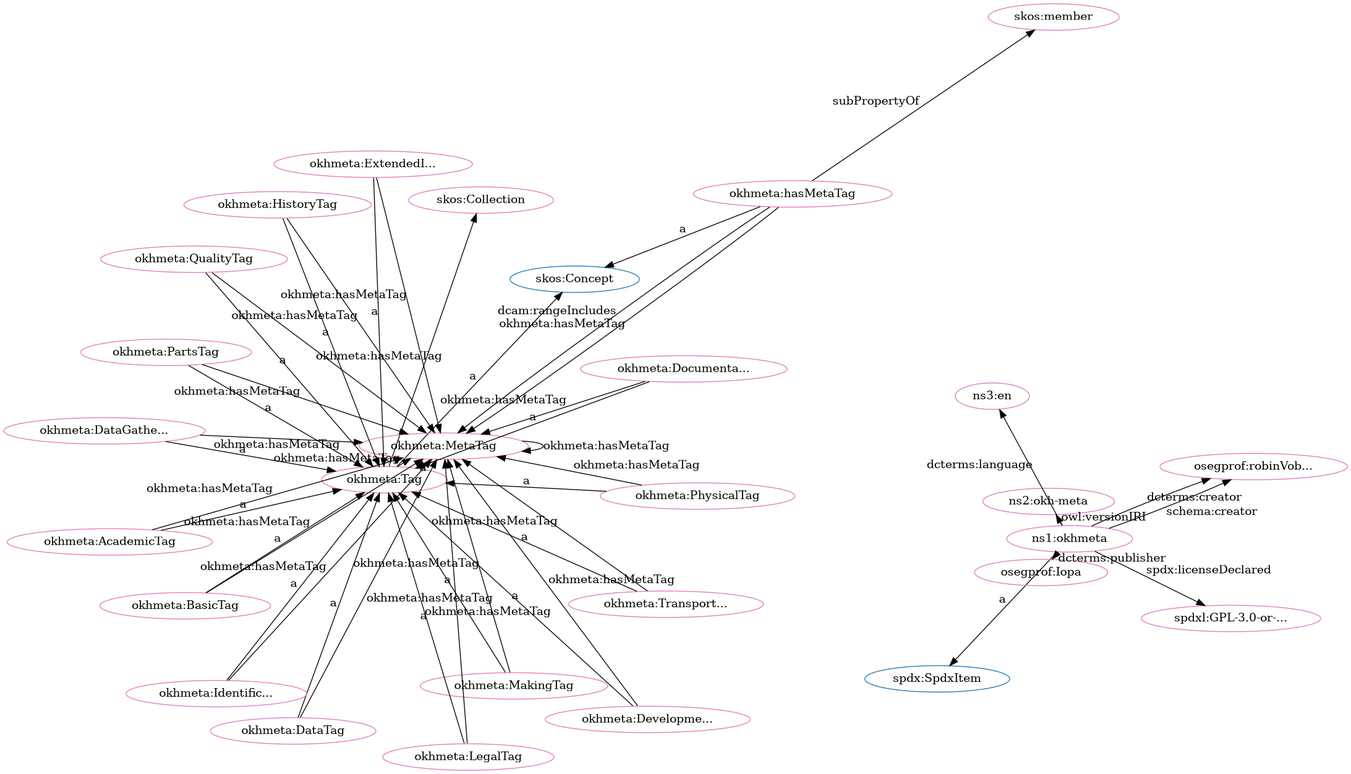
Earlier version of the Graphviz export src/spec/dot_okh-meta-clean.png (iop-alliance/OpenKnowHow). Its source is kept beside it as src/spec/dot_okh-meta-clean.dot.
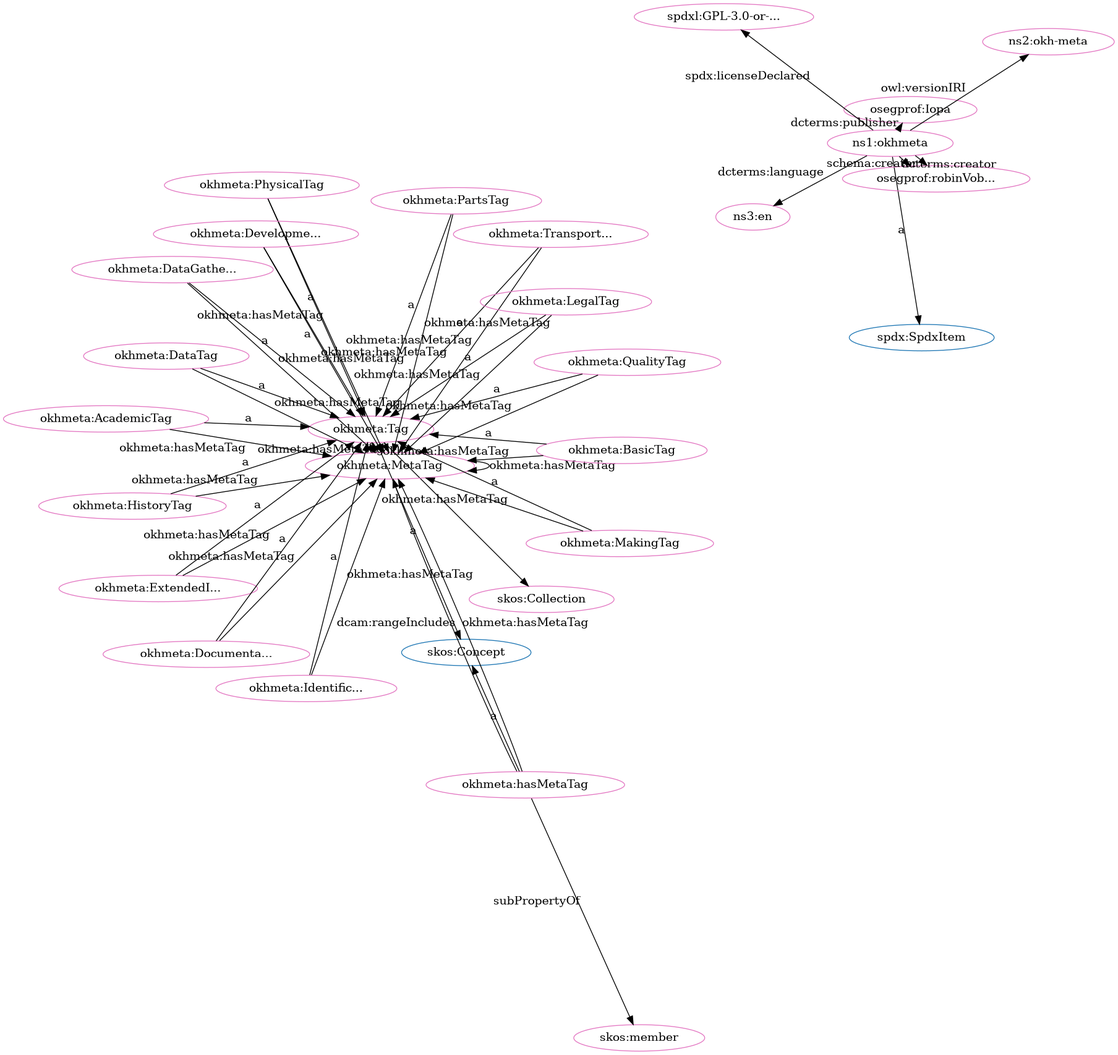
After the change.

Change to the diagram source:
```diff
@@ -2,79 +2,79 @@
   rankdir=BT
   node[height=.3]
 "http://www.w3.org/2004/02/skos/core#Collection" [fillcolor="#1f77b4" color="#1f77b4" label="skos:Collection"]
-"http://spdx.org/rdf/terms#SpdxItem" [fillcolor="#1f77b4" color="#1f77b4" label="spdx:SpdxItem"]
 "http://www.w3.org/2004/02/skos/core#Concept" [fillcolor="#1f77b4" color="#1f77b4" label="skos:Concept"]
 "http://w3id.org/oseg/ont/okhmeta#Tag" [fillcolor="#1f77b4" color="#1f77b4" label="okhmeta:Tag"]
+"http://spdx.org/rdf/terms#SpdxItem" [fillcolor="#1f77b4" color="#1f77b4" label="spdx:SpdxItem"]
+"http://w3id.org/oseg/ont/okhmeta#MetaTag" [fillcolor="#e377c2" color="#e377c2" label="okhmeta:MetaTag"]
+"http://w3id.org/oseg/ont/okhmeta#TransportationTag" [fillcolor="#e377c2" color="#e377c2" label="okhmeta:Transport..."]
+"http://w3id.org/oseg/ont/okhmeta#PhysicalTag" [fillcolor="#e377c2" color="#e377c2" label="okhmeta:PhysicalTag"]
+"http://w3id.org/oseg/ont/okhmeta#IdentificationTag" [fillcolor="#e377c2" color="#e377c2" label="okhmeta:Identific..."]
+"http://w3id.org/oseg/ont/okhmeta#ExtendedInfoTag" [fillcolor="#e377c2" color="#e377c2" label="okhmeta:ExtendedI..."]
 "http://w3id.org/oseg/ont/okhmeta" [fillcolor="#e377c2" color="#e377c2" label="ns1:okhmeta"]
+"http://w3id.org/oseg/ont/oseg-profiles#robinVobruba" [fillcolor="#e377c2" color="#e377c2" label="osegprof:robinVob..."]
+"http://www.w3.org/2004/02/skos/core#member" [fillcolor="#e377c2" color="#e377c2" label="skos:member"]
+"http://w3id.org/oseg/ont/okhmeta#hasMetaTag" [fillcolor="#e377c2" color="#e377c2" label="okhmeta:hasMetaTag"]
+"http://w3id.org/oseg/ont/oseg-profiles#Iopa" [fillcolor="#e377c2" color="#e377c2" label="osegprof:Iopa"]
+"http://w3id.org/oseg/ont/okhmeta#DocumentationTag" [fillcolor="#e377c2" color="#e377c2" label="okhmeta:Documenta..."]
+"http://w3id.org/oseg/ont/okhmeta#HistoryTag" [fillcolor="#e377c2" color="#e377c2" label="okhmeta:HistoryTag"]
+"http://w3id.org/oseg/ont/1.1.0/okh-meta" [fillcolor="#e377c2" color="#e377c2" label="ns2:okh-meta"]
+"http://w3id.org/oseg/ont/okhmeta#PartsTag" [fillcolor="#e377c2" color="#e377c2" label="okhmeta:PartsTag"]
+"http://w3id.org/oseg/ont/okhmeta#Tag" [fillcolor="#e377c2" color="#e377c2" label="okhmeta:Tag"]
+"http://w3id.org/oseg/ont/okhmeta#AcademicTag" [fillcolor="#e377c2" color="#e377c2" label="okhmeta:AcademicTag"]
+"http://w3id.org/oseg/ont/okhmeta#DataGatheringTag" [fillcolor="#e377c2" color="#e377c2" label="okhmeta:DataGathe..."]
+"http://w3id.org/oseg/ont/okhmeta#LegalTag" [fillcolor="#e377c2" color="#e377c2" label="okhmeta:LegalTag"]
+"http://w3id.org/oseg/ont/okhmeta#MakingTag" [fillcolor="#e377c2" color="#e377c2" label="okhmeta:MakingTag"]
 "http://w3id.org/oseg/ont/okhmeta#QualityTag" [fillcolor="#e377c2" color="#e377c2" label="okhmeta:QualityTag"]
 "http://spdx.org/licenses/GPL-3.0-or-later" [fillcolor="#e377c2" color="#e377c2" label="spdxl:GPL-3.0-or-..."]
-"http://w3id.org/oseg/ont/1.1.0/okh-meta" [fillcolor="#e377c2" color="#e377c2" label="ns2:okh-meta"]
-"http://w3id.org/oseg/ont/okhmeta#MetaTag" [fillcolor="#e377c2" color="#e377c2" label="okhmeta:MetaTag"]
-"http://w3id.org/oseg/ont/okhmeta#Tag" [fillcolor="#e377c2" color="#e377c2" label="okhmeta:Tag"]
 "http://w3id.org/oseg/ont/okhmeta#DataTag" [fillcolor="#e377c2" color="#e377c2" label="okhmeta:DataTag"]
-"http://w3id.org/oseg/ont/okhmeta#IdentificationTag" [fillcolor="#e377c2" color="#e377c2" label="okhmeta:Identific..."]
-"http://w3id.org/oseg/ont/okhmeta#MakingTag" [fillcolor="#e377c2" color="#e377c2" label="okhmeta:MakingTag"]
-"http://w3id.org/oseg/ont/okhmeta#LegalTag" [fillcolor="#e377c2" color="#e377c2" label="okhmeta:LegalTag"]
-"http://www.w3.org/2004/02/skos/core#member" [fillcolor="#e377c2" color="#e377c2" label="skos:member"]
-"http://w3id.org/oseg/ont/okhmeta#TransportationTag" [fillcolor="#e377c2" color="#e377c2" label="okhmeta:Transport..."]
-"http://w3id.org/oseg/ont/okhmeta#ExtendedInfoTag" [fillcolor="#e377c2" color="#e377c2" label="okhmeta:ExtendedI..."]
-"http://w3id.org/oseg/ont/oseg-profiles#robinVobruba" [fillcolor="#e377c2" color="#e377c2" label="osegprof:robinVob..."]
 "http://w3id.org/oseg/ont/okhmeta#DevelopmentTag" [fillcolor="#e377c2" color="#e377c2" label="okhmeta:Developme..."]
-"http://w3id.org/oseg/ont/okhmeta#DocumentationTag" [fillcolor="#e377c2" color="#e377c2" label="okhmeta:Documenta..."]
-"http://w3id.org/oseg/ont/okhmeta#hasMetaTag" [fillcolor="#e377c2" color="#e377c2" label="okhmeta:hasMetaTag"]
-"http://w3id.org/oseg/ont/okhmeta#PhysicalTag" [fillcolor="#e377c2" color="#e377c2" label="okhmeta:PhysicalTag"]
+"http://id.loc.gov/vocabulary/iso639-1/en" [fillcolor="#e377c2" color="#e377c2" label="ns3:en"]
 "http://w3id.org/oseg/ont/okhmeta#BasicTag" [fillcolor="#e377c2" color="#e377c2" label="okhmeta:BasicTag"]
-"http://w3id.org/oseg/ont/okhmeta#HistoryTag" [fillcolor="#e377c2" color="#e377c2" label="okhmeta:HistoryTag"]
-"http://w3id.org/oseg/ont/okhmeta#DataGatheringTag" [fillcolor="#e377c2" color="#e377c2" label="okhmeta:DataGathe..."]
-"http://w3id.org/oseg/ont/okhmeta#PartsTag" [fillcolor="#e377c2" color="#e377c2" label="okhmeta:PartsTag"]
-"http://id.loc.gov/vocabulary/iso639-1/en" [fillcolor="#e377c2" color="#e377c2" label="ns3:en"]
 "http://www.w3.org/2004/02/skos/core#Collection" [fillcolor="#e377c2" color="#e377c2" label="skos:Collection"]
-"http://w3id.org/oseg/ont/okhmeta#AcademicTag" [fillcolor="#e377c2" color="#e377c2" label="okhmeta:AcademicTag"]
-"http://w3id.org/oseg/ont/oseg-profiles#Iopa" [fillcolor="#e377c2" color="#e377c2" label="osegprof:Iopa"]
+  "http://w3id.org/oseg/ont/okhmeta#hasMetaTag" -> "http://w3id.org/oseg/ont/okhmeta#MetaTag" [label="dcam:rangeIncludes"]
+  "http://w3id.org/oseg/ont/okhmeta#TransportationTag" -> "http://w3id.org/oseg/ont/okhmeta#MetaTag" [label="okhmeta:hasMetaTag"]
+  "http://w3id.org/oseg/ont/okhmeta#IdentificationTag" -> "http://w3id.org/oseg/ont/okhmeta#Tag" [label="a"]
+  "http://w3id.org/oseg/ont/okhmeta#PhysicalTag" -> "http://w3id.org/oseg/ont/okhmeta#MetaTag" [label="okhmeta:hasMetaTag"]
+  "http://w3id.org/oseg/ont/okhmeta#DocumentationTag" -> "http://w3id.org/oseg/ont/okhmeta#MetaTag" [label="okhmeta:hasMetaTag"]
+  "http://w3id.org/oseg/ont/okhmeta" -> "http://spdx.org/rdf/terms#SpdxItem" [label="a"]
+  "http://w3id.org/oseg/ont/okhmeta#LegalTag" -> "http://w3id.org/oseg/ont/okhmeta#MetaTag" [label="okhmeta:hasMetaTag"]
+  "http://w3id.org/oseg/ont/okhmeta#hasMetaTag" -> "http://www.w3.org/2004/02/skos/core#Concept" [label="a"]
+  "http://w3id.org/oseg/ont/okhmeta#MakingTag" -> "http://w3id.org/oseg/ont/okhmeta#MetaTag" [label="okhmeta:hasMetaTag"]
+  "http://w3id.org/oseg/ont/okhmeta" -> "http://w3id.org/oseg/ont/oseg-profiles#Iopa" [label="dcterms:publisher"]
+  "http://w3id.org/oseg/ont/okhmeta#DocumentationTag" -> "http://w3id.org/oseg/ont/okhmeta#Tag" [label="a"]
+  "http://w3id.org/oseg/ont/okhmeta#MetaTag" -> "http://w3id.org/oseg/ont/okhmeta#MetaTag" [label="okhmeta:hasMetaTag"]
+  "http://w3id.org/oseg/ont/okhmeta#DataTag" -> "http://w3id.org/oseg/ont/okhmeta#MetaTag" [label="okhmeta:hasMetaTag"]
+  "http://w3id.org/oseg/ont/okhmeta#BasicTag" -> "http://w3id.org/oseg/ont/okhmeta#MetaTag" [label="okhmeta:hasMetaTag"]
+  "http://w3id.org/oseg/ont/okhmeta#AcademicTag" -> "http://w3id.org/oseg/ont/okhmeta#Tag" [label="a"]
+  "http://w3id.org/oseg/ont/okhmeta#DataGatheringTag" -> "http://w3id.org/oseg/ont/okhmeta#Tag" [label="a"]
+  "http://w3id.org/oseg/ont/okhmeta" -> "http://spdx.org/licenses/GPL-3.0-or-later" [label="spdx:licenseDeclared"]
+  "http://w3id.org/oseg/ont/okhmeta#DataTag" -> "http://w3id.org/oseg/ont/okhmeta#Tag" [label="a"]
+  "http://w3id.org/oseg/ont/okhmeta#DevelopmentTag" -> "http://w3id.org/oseg/ont/okhmeta#Tag" [label="a"]
+  "http://w3id.org/oseg/ont/okhmeta" -> "http://id.loc.gov/vocabulary/iso639-1/en" [label="dcterms:language"]
+  "http://w3id.org/oseg/ont/okhmeta#TransportationTag" -> "http://w3id.org/oseg/ont/okhmeta#Tag" [label="a"]
+  "http://w3id.org/oseg/ont/okhmeta#hasMetaTag" -> "http://w3id.org/oseg/ont/okhmeta#MetaTag" [label="okhmeta:hasMetaTag"]
+  "http://w3id.org/oseg/ont/okhmeta#PhysicalTag" -> "http://w3id.org/oseg/ont/okhmeta#Tag" [label="a"]
+  "http://w3id.org/oseg/ont/okhmeta#ExtendedInfoTag" -> "http://w3id.org/oseg/ont/okhmeta#Tag" [label="a"]
+  "http://w3id.org/oseg/ont/okhmeta#HistoryTag" -> "http://w3id.org/oseg/ont/okhmeta#MetaTag" [label="okhmeta:hasMetaTag"]
+  "http://w3id.org/oseg/ont/okhmeta" -> "http://w3id.org/oseg/ont/oseg-profiles#robinVobruba" [label="schema:creator"]
+  "http://w3id.org/oseg/ont/okhmeta#MetaTag" -> "http://w3id.org/oseg/ont/okhmeta#Tag" [label="a"]
+  "http://w3id.org/oseg/ont/okhmeta#hasMetaTag" -> "http://www.w3.org/2004/02/skos/core#member" [label="subPropertyOf"]
+  "http://w3id.org/oseg/ont/okhmeta#DataGatheringTag" -> "http://w3id.org/oseg/ont/okhmeta#MetaTag" [label="okhmeta:hasMetaTag"]
+  "http://w3id.org/oseg/ont/okhmeta#PartsTag" -> "http://w3id.org/oseg/ont/okhmeta#MetaTag" [label="okhmeta:hasMetaTag"]
+  "http://w3id.org/oseg/ont/okhmeta#HistoryTag" -> "http://w3id.org/oseg/ont/okhmeta#Tag" [label="a"]
+  "http://w3id.org/oseg/ont/okhmeta" -> "http://w3id.org/oseg/ont/1.1.0/okh-meta" [label="owl:versionIRI"]
+  "http://w3id.org/oseg/ont/okhmeta#QualityTag" -> "http://w3id.org/oseg/ont/okhmeta#MetaTag" [label="okhmeta:hasMetaTag"]
+  "http://w3id.org/oseg/ont/okhmeta#DevelopmentTag" -> "http://w3id.org/oseg/ont/okhmeta#MetaTag" [label="okhmeta:hasMetaTag"]
+  "http://w3id.org/oseg/ont/okhmeta#PartsTag" -> "http://w3id.org/oseg/ont/okhmeta#Tag" [label="a"]
+  "http://w3id.org/oseg/ont/okhmeta#Tag" -> "http://www.w3.org/2004/02/skos/core#Concept" [label="a"]
+  "http://w3id.org/oseg/ont/okhmeta" -> "http://w3id.org/oseg/ont/oseg-profiles#robinVobruba" [label="dcterms:creator"]
+  "http://w3id.org/oseg/ont/okhmeta#LegalTag" -> "http://w3id.org/oseg/ont/okhmeta#Tag" [label="a"]
+  "http://w3id.org/oseg/ont/okhmeta#MakingTag" -> "http://w3id.org/oseg/ont/okhmeta#Tag" [label="a"]
   "http://w3id.org/oseg/ont/okhmeta#QualityTag" -> "http://w3id.org/oseg/ont/okhmeta#Tag" [label="a"]
-  "http://w3id.org/oseg/ont/okhmeta#hasMetaTag" -> "http://w3id.org/oseg/ont/okhmeta#MetaTag" [label="okhmeta:hasMetaTag"]
-  "http://w3id.org/oseg/ont/okhmeta#DataTag" -> "http://w3id.org/oseg/ont/okhmeta#Tag" [label="a"]
-  "http://w3id.org/oseg/ont/okhmeta#QualityTag" -> "http://w3id.org/oseg/ont/okhmeta#MetaTag" [label="okhmeta:hasMetaTag"]
-  "http://w3id.org/oseg/ont/okhmeta#ExtendedInfoTag" -> "http://w3id.org/oseg/ont/okhmeta#Tag" [label="a"]
-  "http://w3id.org/oseg/ont/okhmeta" -> "http://w3id.org/oseg/ont/oseg-profiles#robinVobruba" [label="dcterms:creator"]
+  "http://w3id.org/oseg/ont/okhmeta#Tag" -> "http://w3id.org/oseg/ont/okhmeta#MetaTag" [label="okhmeta:hasMetaTag"]
   "http://w3id.org/oseg/ont/okhmeta#ExtendedInfoTag" -> "http://w3id.org/oseg/ont/okhmeta#MetaTag" [label="okhmeta:hasMetaTag"]
-  "http://w3id.org/oseg/ont/okhmeta#DevelopmentTag" -> "http://w3id.org/oseg/ont/okhmeta#Tag" [label="a"]
-  "http://w3id.org/oseg/ont/okhmeta#DocumentationTag" -> "http://w3id.org/oseg/ont/okhmeta#Tag" [label="a"]
-  "http://w3id.org/oseg/ont/okhmeta#PhysicalTag" -> "http://w3id.org/oseg/ont/okhmeta#Tag" [label="a"]
-  "http://w3id.org/oseg/ont/okhmeta#MetaTag" -> "http://w3id.org/oseg/ont/okhmeta#Tag" [label="a"]
-  "http://w3id.org/oseg/ont/okhmeta#DevelopmentTag" -> "http://w3id.org/oseg/ont/okhmeta#MetaTag" [label="okhmeta:hasMetaTag"]
-  "http://w3id.org/oseg/ont/okhmeta#DocumentationTag" -> "http://w3id.org/oseg/ont/okhmeta#MetaTag" [label="okhmeta:hasMetaTag"]
-  "http://w3id.org/oseg/ont/okhmeta#PhysicalTag" -> "http://w3id.org/oseg/ont/okhmeta#MetaTag" [label="okhmeta:hasMetaTag"]
-  "http://w3id.org/oseg/ont/okhmeta#hasMetaTag" -> "http://www.w3.org/2004/02/skos/core#Concept" [label="a"]
-  "http://w3id.org/oseg/ont/okhmeta#DataGatheringTag" -> "http://w3id.org/oseg/ont/okhmeta#MetaTag" [label="okhmeta:hasMetaTag"]
-  "http://w3id.org/oseg/ont/okhmeta#DataGatheringTag" -> "http://w3id.org/oseg/ont/okhmeta#Tag" [label="a"]
-  "http://w3id.org/oseg/ont/okhmeta#DataTag" -> "http://w3id.org/oseg/ont/okhmeta#MetaTag" [label="okhmeta:hasMetaTag"]
-  "http://w3id.org/oseg/ont/okhmeta#PartsTag" -> "http://w3id.org/oseg/ont/okhmeta#Tag" [label="a"]
-  "http://w3id.org/oseg/ont/okhmeta#HistoryTag" -> "http://w3id.org/oseg/ont/okhmeta#MetaTag" [label="okhmeta:hasMetaTag"]
+  "http://w3id.org/oseg/ont/okhmeta#AcademicTag" -> "http://w3id.org/oseg/ont/okhmeta#MetaTag" [label="okhmeta:hasMetaTag"]
+  "http://w3id.org/oseg/ont/okhmeta#IdentificationTag" -> "http://w3id.org/oseg/ont/okhmeta#MetaTag" [label="okhmeta:hasMetaTag"]
+  "http://w3id.org/oseg/ont/okhmeta#BasicTag" -> "http://w3id.org/oseg/ont/okhmeta#Tag" [label="a"]
   "http://w3id.org/oseg/ont/okhmeta#Tag" -> "http://www.w3.org/2004/02/skos/core#Collection" [label=""]
-  "http://w3id.org/oseg/ont/okhmeta#AcademicTag" -> "http://w3id.org/oseg/ont/okhmeta#MetaTag" [label="okhmeta:hasMetaTag"]
-  "http://w3id.org/oseg/ont/okhmeta#AcademicTag" -> "http://w3id.org/oseg/ont/okhmeta#Tag" [label="a"]
-  "http://w3id.org/oseg/ont/okhmeta#PartsTag" -> "http://w3id.org/oseg/ont/okhmeta#MetaTag" [label="okhmeta:hasMetaTag"]
-  "http://w3id.org/oseg/ont/okhmeta" -> "http://w3id.org/oseg/ont/oseg-profiles#Iopa" [label="dcterms:publisher"]
-  "http://w3id.org/oseg/ont/okhmeta" -> "http://spdx.org/rdf/terms#SpdxItem" [label="a"]
-  "http://w3id.org/oseg/ont/okhmeta" -> "http://spdx.org/licenses/GPL-3.0-or-later" [label="spdx:licenseDeclared"]
-  "http://w3id.org/oseg/ont/okhmeta" -> "http://w3id.org/oseg/ont/1.1.0/okh-meta" [label="owl:versionIRI"]
-  "http://w3id.org/oseg/ont/okhmeta#Tag" -> "http://www.w3.org/2004/02/skos/core#Concept" [label="a"]
-  "http://w3id.org/oseg/ont/okhmeta#IdentificationTag" -> "http://w3id.org/oseg/ont/okhmeta#MetaTag" [label="okhmeta:hasMetaTag"]
-  "http://w3id.org/oseg/ont/okhmeta#IdentificationTag" -> "http://w3id.org/oseg/ont/okhmeta#Tag" [label="a"]
-  "http://w3id.org/oseg/ont/okhmeta#MakingTag" -> "http://w3id.org/oseg/ont/okhmeta#Tag" [label="a"]
-  "http://w3id.org/oseg/ont/okhmeta#MetaTag" -> "http://w3id.org/oseg/ont/okhmeta#MetaTag" [label="okhmeta:hasMetaTag"]
-  "http://w3id.org/oseg/ont/okhmeta#MakingTag" -> "http://w3id.org/oseg/ont/okhmeta#MetaTag" [label="okhmeta:hasMetaTag"]
-  "http://w3id.org/oseg/ont/okhmeta#LegalTag" -> "http://w3id.org/oseg/ont/okhmeta#Tag" [label="a"]
-  "http://w3id.org/oseg/ont/okhmeta#hasMetaTag" -> "http://www.w3.org/2004/02/skos/core#member" [label="subPropertyOf"]
-  "http://w3id.org/oseg/ont/okhmeta#TransportationTag" -> "http://w3id.org/oseg/ont/okhmeta#Tag" [label="a"]
-  "http://w3id.org/oseg/ont/okhmeta#LegalTag" -> "http://w3id.org/oseg/ont/okhmeta#MetaTag" [label="okhmeta:hasMetaTag"]
-  "http://w3id.org/oseg/ont/okhmeta#TransportationTag" -> "http://w3id.org/oseg/ont/okhmeta#MetaTag" [label="okhmeta:hasMetaTag"]
-  "http://w3id.org/oseg/ont/okhmeta#Tag" -> "http://w3id.org/oseg/ont/okhmeta#MetaTag" [label="okhmeta:hasMetaTag"]
-  "http://w3id.org/oseg/ont/okhmeta#BasicTag" -> "http://w3id.org/oseg/ont/okhmeta#Tag" [label="a"]
-  "http://w3id.org/oseg/ont/okhmeta#hasMetaTag" -> "http://w3id.org/oseg/ont/okhmeta#MetaTag" [label="dcam:rangeIncludes"]
-  "http://w3id.org/oseg/ont/okhmeta#HistoryTag" -> "http://w3id.org/oseg/ont/okhmeta#Tag" [label="a"]
-  "http://w3id.org/oseg/ont/okhmeta#BasicTag" -> "http://w3id.org/oseg/ont/okhmeta#MetaTag" [label="okhmeta:hasMetaTag"]
-  "http://w3id.org/oseg/ont/okhmeta" -> "http://w3id.org/oseg/ont/oseg-profiles#robinVobruba" [label="schema:creator"]
-  "http://w3id.org/oseg/ont/okhmeta" -> "http://id.loc.gov/vocabulary/iso639-1/en" [label="dcterms:language"]
 }
```
